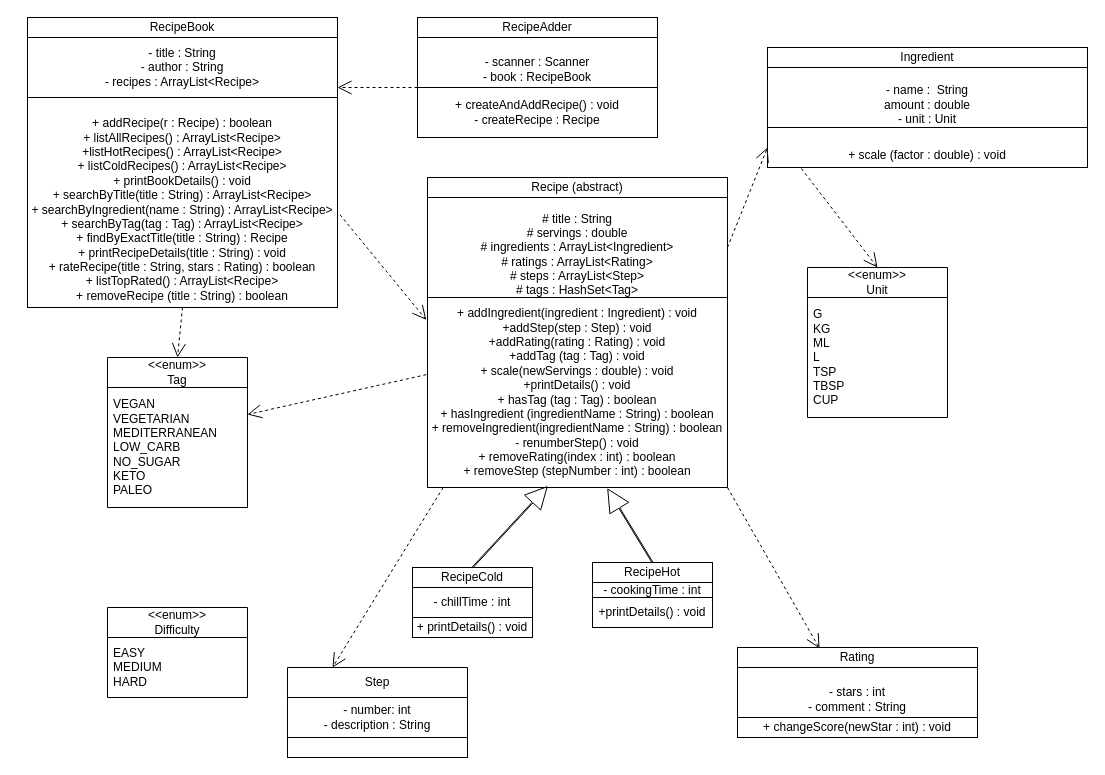
Earlier version of the draw.io diagram UML_LIA Part1.drawio (HTbuilderKid/Recipe_Book_Project). Source tidied: cells renumbered, new cells numbered last; positions are measured from the earlier drawing's top-left corner, leaving out a move shared by most shapes. Both pictures are drawn from the tidied source at 100%, with x=0, y=0 at pixel (27, 17).
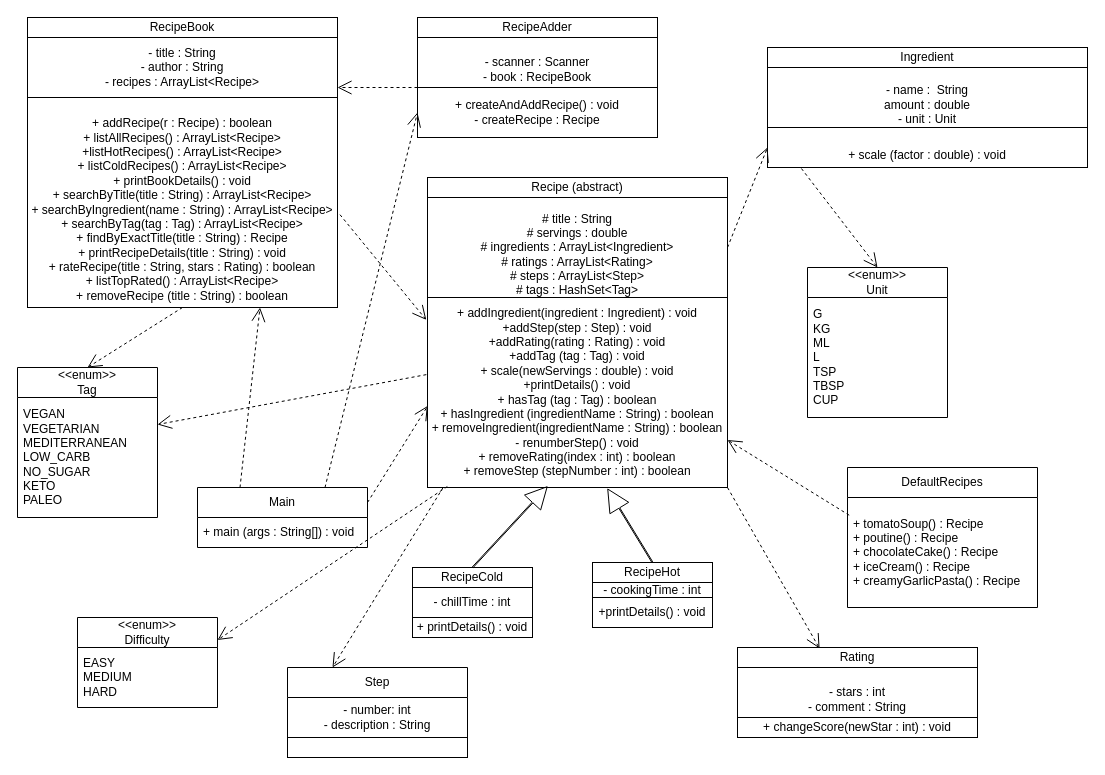
The same diagram, later.

The change refers to these unchanged cells:
```xml
<mxCell id="4" value="&lt;div&gt;&lt;br&gt;&lt;/div&gt;&lt;div&gt;+ addRecipe(r : Recipe) : boolean&lt;/div&gt;&lt;div&gt;+ listAllRecipes() : ArrayList&amp;lt;Recipe&amp;gt;&lt;/div&gt;&lt;div&gt;+listHotRecipes() : ArrayList&amp;lt;Recipe&amp;gt;&lt;/div&gt;&lt;div&gt;+ listColdRecipes() : ArrayList&amp;lt;Recipe&amp;gt;&lt;/div&gt;&lt;div&gt;+ printBookDetails() : void&lt;/div&gt;&lt;div&gt;+ searchByTitle(title : String) : ArrayList&amp;lt;Recipe&amp;gt;&lt;/div&gt;&lt;div&gt;+ searchByIngredient(name : String) : ArrayList&amp;lt;Recipe&amp;gt;&lt;/div&gt;&lt;div&gt;+ searchByTag(tag : Tag) : ArrayList&amp;lt;Recipe&amp;gt;&lt;/div&gt;&lt;div&gt;+ findByExactTitle(title : String) : Recipe&lt;/div&gt;&lt;div&gt;+ printRecipeDetails(title : String) : void&lt;/div&gt;&lt;div&gt;+ rateRecipe(title : String, stars : Rating) : boolean&lt;/div&gt;&lt;div&gt;+ listTopRated() : ArrayList&amp;lt;Recipe&amp;gt;&lt;/div&gt;&lt;div&gt;+ removeRecipe (title : String) : boolean&lt;/div&gt;" style="rounded=0;whiteSpace=wrap;html=1;" parent="1" vertex="1">
  <mxGeometry y="80" width="310" height="210" as="geometry" />
</mxCell>
<mxCell id="7" value="&lt;div&gt;&lt;br&gt;&lt;/div&gt;&lt;div&gt;+ addIngredient(ingredient : Ingredient) : void&lt;/div&gt;&lt;div&gt;+addStep(step : Step) : void&lt;/div&gt;&lt;div&gt;+addRating(rating : Rating) : void&lt;/div&gt;&lt;div&gt;+addTag (tag : Tag) : void&lt;/div&gt;&lt;div&gt;+ scale(newServings : double) : void&lt;/div&gt;&lt;div&gt;+printDetails() : void&lt;/div&gt;&lt;div&gt;+ hasTag (tag : Tag) : boolean&lt;/div&gt;&lt;div&gt;+ hasIngredient (ingredientName : String) : boolean&lt;/div&gt;&lt;div&gt;+ removeIngredient(ingredientName : String) : boolean&lt;/div&gt;&lt;div&gt;- renumberStep() : void&lt;/div&gt;&lt;div&gt;+ removeRating(index : int) : boolean&lt;/div&gt;&lt;div&gt;+ removeStep (stepNumber : int) : boolean&lt;/div&gt;&lt;div&gt;&lt;br&gt;&lt;/div&gt;" style="rounded=0;whiteSpace=wrap;html=1;" parent="1" vertex="1">
  <mxGeometry x="400" y="280" width="300" height="190" as="geometry" />
</mxCell>
<mxCell id="16" value="&lt;div&gt;+ createAndAddRecipe() : void&lt;/div&gt;&lt;div&gt;- createRecipe : Recipe&lt;/div&gt;" style="rounded=0;whiteSpace=wrap;html=1;" parent="1" vertex="1">
  <mxGeometry x="390" y="70" width="240" height="50" as="geometry" />
</mxCell>
```

Change to the diagram source:
```diff
@@
     <mxCell id="25" value="&amp;lt;&amp;lt;enum&amp;gt;&amp;gt;&lt;div&gt;Tag&lt;/div&gt;" style="swimlane;fontStyle=0;horizontal=1;startSize=30;whiteSpace=wrap;html=1;" parent="1" vertex="1">
-      <mxGeometry x="80" y="340" width="140" height="150" as="geometry" />
+      <mxGeometry x="-10" y="350" width="140" height="150" as="geometry" />
     </mxCell>
@@
     <mxCell id="29" value="&amp;lt;&amp;lt;enum&amp;gt;&amp;gt;&lt;div&gt;Difficulty&lt;/div&gt;" style="swimlane;fontStyle=0;horizontal=1;startSize=30;whiteSpace=wrap;html=1;" parent="1" vertex="1">
-      <mxGeometry x="80" y="590" width="140" height="90" as="geometry" />
+      <mxGeometry x="50" y="600" width="140" height="90" as="geometry" />
     </mxCell>
@@
+    <mxCell id="42" value="DefaultRecipes" style="swimlane;fontStyle=0;horizontal=1;startSize=30;whiteSpace=wrap;html=1;" parent="1" vertex="1">
+      <mxGeometry x="820" y="450" width="190" height="140" as="geometry" />
+    </mxCell>
+    <mxCell id="43" value="+ tomatoSoup() : Recipe&lt;div&gt;+ poutine() : Recipe&lt;/div&gt;&lt;div&gt;+ chocolateCake() : Recipe&lt;/div&gt;&lt;div&gt;+ iceCream() : Recipe&lt;/div&gt;&lt;div&gt;+ creamyGarlicPasta() : Recipe&lt;/div&gt;" style="text;strokeColor=none;fillColor=none;align=left;verticalAlign=middle;spacingLeft=4;spacingRight=4;overflow=hidden;points=[[0,0.5],[1,0.5]];portConstraint=eastwest;whiteSpace=wrap;html=1;" parent="42" vertex="1">
+      <mxGeometry y="30" width="190" height="110" as="geometry" />
+    </mxCell>
+    <mxCell id="44" style="endArrow=open;endSize=12;dashed=1;html=1;rounded=0;entryX=1;entryY=0.75;entryDx=0;entryDy=0;exitX=0.009;exitY=0.161;exitDx=0;exitDy=0;exitPerimeter=0;" parent="1" edge="1" source="43" target="7">
+      <mxGeometry relative="1" as="geometry" />
+    </mxCell>
+    <mxCell id="45" value="Main" style="swimlane;fontStyle=0;horizontal=1;startSize=30;whiteSpace=wrap;html=1;" parent="1" vertex="1">
+      <mxGeometry x="170" y="470" width="170" height="60" as="geometry" />
+    </mxCell>
+    <mxCell id="46" value="+ main (args : String[]) : void" style="text;strokeColor=none;fillColor=none;align=left;verticalAlign=middle;spacingLeft=4;spacingRight=4;overflow=hidden;whiteSpace=wrap;html=1;" parent="45" vertex="1">
+      <mxGeometry y="30" width="170" height="30" as="geometry" />
+    </mxCell>
+    <mxCell id="47" style="endArrow=open;endSize=12;dashed=1;html=1;rounded=0;exitX=0.25;exitY=0;exitDx=0;exitDy=0;entryX=0.75;entryY=1;entryDx=0;entryDy=0;" parent="1" edge="1" source="45" target="4">
+      <mxGeometry relative="1" as="geometry" />
+    </mxCell>
+    <mxCell id="48" style="endArrow=open;endSize=12;dashed=1;html=1;rounded=0;entryX=0.001;entryY=0.57;entryDx=0;entryDy=0;exitX=1;exitY=0.25;exitDx=0;exitDy=0;entryPerimeter=0;" parent="1" edge="1" source="45" target="7">
+      <mxGeometry relative="1" as="geometry" />
+    </mxCell>
+    <mxCell id="49" style="endArrow=open;endSize=12;dashed=1;html=1;rounded=0;exitX=0.75;exitY=0;exitDx=0;exitDy=0;entryX=0;entryY=0.5;entryDx=0;entryDy=0;" parent="1" edge="1" source="45" target="16">
+      <mxGeometry relative="1" as="geometry" />
+    </mxCell>
+    <mxCell id="50" style="endArrow=open;endSize=12;dashed=1;html=1;rounded=0;exitX=0.066;exitY=0.995;exitDx=0;exitDy=0;exitPerimeter=0;entryX=1;entryY=0.25;entryDx=0;entryDy=0;" parent="1" edge="1" source="7" target="29">
+      <mxGeometry relative="1" as="geometry" />
+    </mxCell>
```
